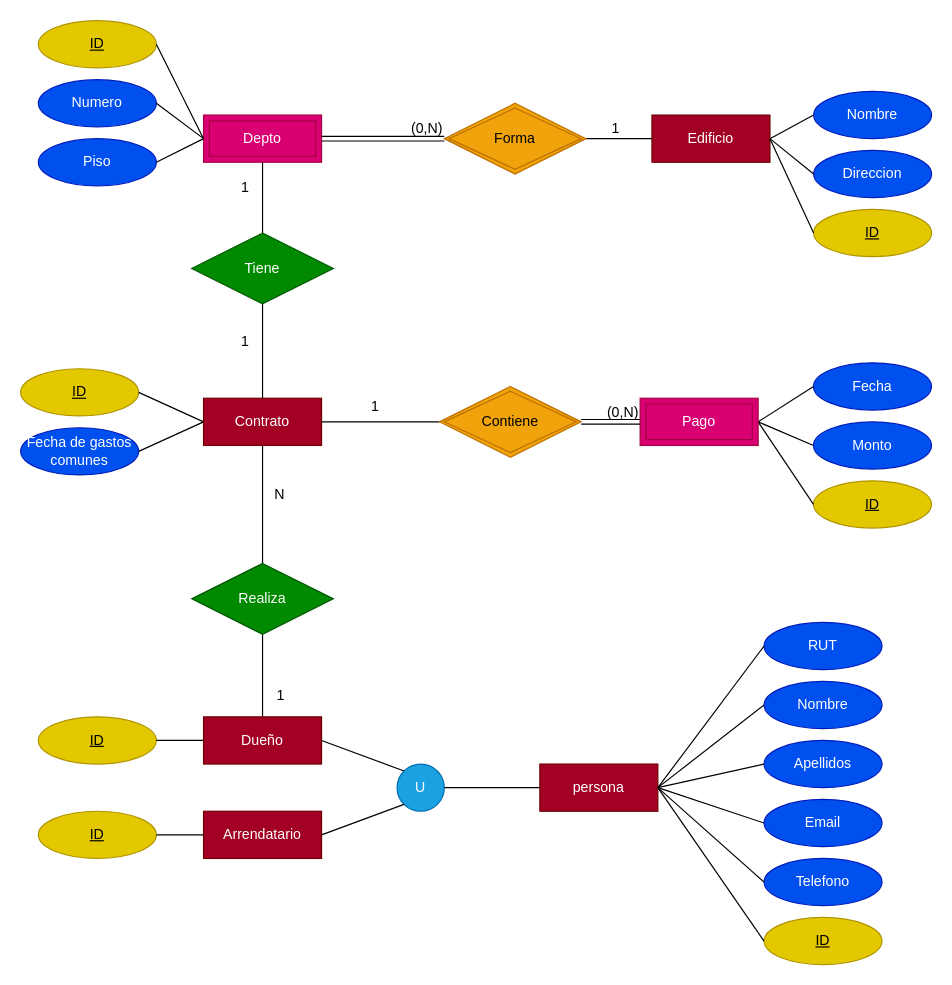
Above: Graphs/conserjeriaMR.drawio in MatiassOrellana/NewConsejeria (draw.io), before the change. Source tidied: cells renumbered, new cells numbered last; positions are measured from the earlier drawing's top-left corner, leaving out a move shared by most shapes. Both pictures are drawn from the tidied source at 118%, with x=0, y=0 at pixel (20, 20).
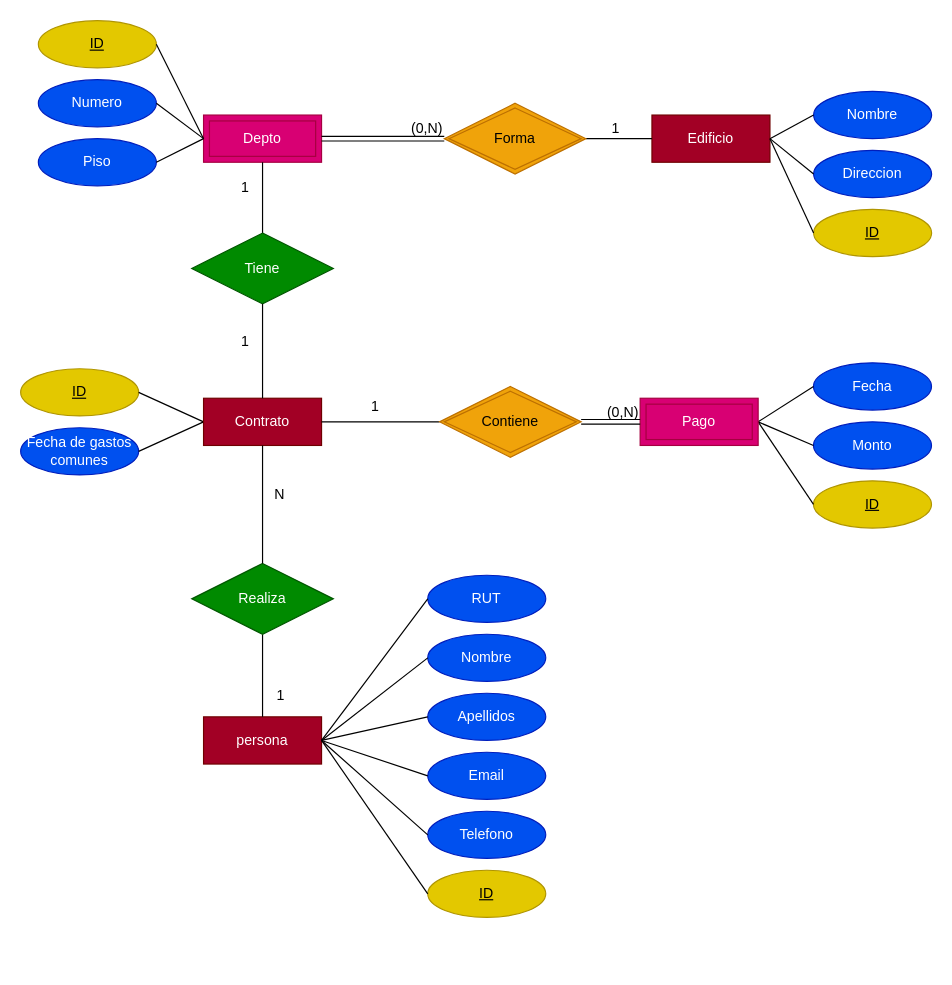
The same page after the edit.

The change refers to these unchanged cells:
```xml
<mxCell id="59" value="Realiza" style="shape=rhombus;perimeter=rhombusPerimeter;whiteSpace=wrap;html=1;align=center;fillColor=#008a00;fontColor=#ffffff;strokeColor=#005700;" parent="1" vertex="1">
  <mxGeometry x="145" y="460" width="120" height="60" as="geometry" />
</mxCell>
```

Diff of the diagram source:
```diff
@@
     <mxCell id="3" value="persona" style="whiteSpace=wrap;html=1;align=center;fillColor=#a20025;fontColor=#ffffff;strokeColor=#6F0000;" parent="1" vertex="1">
-      <mxGeometry x="440" y="630" width="100" height="40" as="geometry" />
+      <mxGeometry x="155" y="590" width="100" height="40" as="geometry" />
     </mxCell>
@@
-    <mxCell id="11" style="endArrow=none;html=1;rounded=0;exitX=0.5;exitY=0;exitDx=0;exitDy=0;entryX=0.5;entryY=1;entryDx=0;entryDy=0;" parent="1" edge="1" source="47" target="59">
+    <mxCell id="11" style="endArrow=none;html=1;rounded=0;exitX=0.5;exitY=0;exitDx=0;exitDy=0;entryX=0.5;entryY=1;entryDx=0;entryDy=0;" parent="1" edge="1" source="3" target="59">
       <mxGeometry relative="1" as="geometry" />
     </mxCell>
@@
     <mxCell id="27" value="RUT" style="ellipse;whiteSpace=wrap;html=1;align=center;fillColor=#0050ef;fontColor=#ffffff;strokeColor=#001DBC;" parent="1" vertex="1">
-      <mxGeometry x="630" y="510" width="100" height="40" as="geometry" />
+      <mxGeometry x="345" y="470" width="100" height="40" as="geometry" />
     </mxCell>
     <mxCell id="28" value="Nombre" style="ellipse;whiteSpace=wrap;html=1;align=center;fillColor=#0050ef;fontColor=#ffffff;strokeColor=#001DBC;" parent="1" vertex="1">
-      <mxGeometry x="630" y="560" width="100" height="40" as="geometry" />
+      <mxGeometry x="345" y="520" width="100" height="40" as="geometry" />
     </mxCell>
     <mxCell id="29" value="Apellidos" style="ellipse;whiteSpace=wrap;html=1;align=center;fillColor=#0050ef;fontColor=#ffffff;strokeColor=#001DBC;" parent="1" vertex="1">
-      <mxGeometry x="630" y="610" width="100" height="40" as="geometry" />
+      <mxGeometry x="345" y="570" width="100" height="40" as="geometry" />
     </mxCell>
     <mxCell id="30" value="Email" style="ellipse;whiteSpace=wrap;html=1;align=center;fillColor=#0050ef;fontColor=#ffffff;strokeColor=#001DBC;" parent="1" vertex="1">
-      <mxGeometry x="630" y="660" width="100" height="40" as="geometry" />
+      <mxGeometry x="345" y="620" width="100" height="40" as="geometry" />
     </mxCell>
     <mxCell id="31" value="Telefono" style="ellipse;whiteSpace=wrap;html=1;align=center;fillColor=#0050ef;fontColor=#ffffff;strokeColor=#001DBC;" parent="1" vertex="1">
-      <mxGeometry x="630" y="710" width="100" height="40" as="geometry" />
+      <mxGeometry x="345" y="670" width="100" height="40" as="geometry" />
     </mxCell>
@@
     <mxCell id="41" value="ID" style="ellipse;whiteSpace=wrap;html=1;align=center;fontStyle=4;fillColor=#e3c800;fontColor=#000000;strokeColor=#B09500;" parent="1" vertex="1">
-      <mxGeometry x="630" y="760" width="100" height="40" as="geometry" />
+      <mxGeometry x="345" y="720" width="100" height="40" as="geometry" />
     </mxCell>
@@
-    <mxCell id="47" value="Dueño" style="whiteSpace=wrap;html=1;align=center;fillColor=#a20025;fontColor=#ffffff;strokeColor=#6F0000;" parent="1" vertex="1">
-      <mxGeometry x="155" y="590" width="100" height="40" as="geometry" />
-    </mxCell>
-    <mxCell id="48" value="ID" style="ellipse;whiteSpace=wrap;html=1;align=center;fontStyle=4;fillColor=#e3c800;fontColor=#000000;strokeColor=#B09500;" parent="1" vertex="1">
-      <mxGeometry x="15" y="590" width="100" height="40" as="geometry" />
-    </mxCell>
-    <mxCell id="49" style="endArrow=none;html=1;rounded=0;exitX=1;exitY=0.5;exitDx=0;exitDy=0;entryX=0;entryY=0.5;entryDx=0;entryDy=0;" parent="1" edge="1" source="48" target="47">
-      <mxGeometry relative="1" as="geometry" />
-    </mxCell>
-    <mxCell id="50" value="U" style="ellipse;whiteSpace=wrap;html=1;align=center;fillColor=#1ba1e2;fontColor=#ffffff;strokeColor=#006EAF;" parent="1" vertex="1">
-      <mxGeometry x="319" y="630" width="40" height="40" as="geometry" />
-    </mxCell>
-    <mxCell id="51" style="endArrow=none;html=1;rounded=0;exitX=1;exitY=0.5;exitDx=0;exitDy=0;entryX=0;entryY=0;entryDx=0;entryDy=0;" parent="1" edge="1" source="47" target="50">
-      <mxGeometry relative="1" as="geometry" />
-    </mxCell>
-    <mxCell id="52" style="endArrow=none;html=1;rounded=0;exitX=0;exitY=0.5;exitDx=0;exitDy=0;entryX=1;entryY=0.5;entryDx=0;entryDy=0;" parent="1" edge="1" source="3" target="50">
-      <mxGeometry relative="1" as="geometry" />
-    </mxCell>
-    <mxCell id="53" value="Arrendatario" style="whiteSpace=wrap;html=1;align=center;fillColor=#a20025;fontColor=#ffffff;strokeColor=#6F0000;" parent="1" vertex="1">
-      <mxGeometry x="155" y="670" width="100" height="40" as="geometry" />
-    </mxCell>
-    <mxCell id="54" style="endArrow=none;html=1;rounded=0;exitX=1;exitY=0.5;exitDx=0;exitDy=0;entryX=0;entryY=1;entryDx=0;entryDy=0;" parent="1" edge="1" source="53" target="50">
-      <mxGeometry relative="1" as="geometry" />
-    </mxCell>
-    <mxCell id="55" value="ID" style="ellipse;whiteSpace=wrap;html=1;align=center;fontStyle=4;fillColor=#e3c800;fontColor=#000000;strokeColor=#B09500;" parent="1" vertex="1">
-      <mxGeometry x="15" y="670" width="100" height="40" as="geometry" />
-    </mxCell>
-    <mxCell id="56" style="endArrow=none;html=1;rounded=0;exitX=0;exitY=0.5;exitDx=0;exitDy=0;entryX=1;entryY=0.5;entryDx=0;entryDy=0;" parent="1" edge="1" source="53" target="55">
-      <mxGeometry relative="1" as="geometry" />
-    </mxCell>
```
